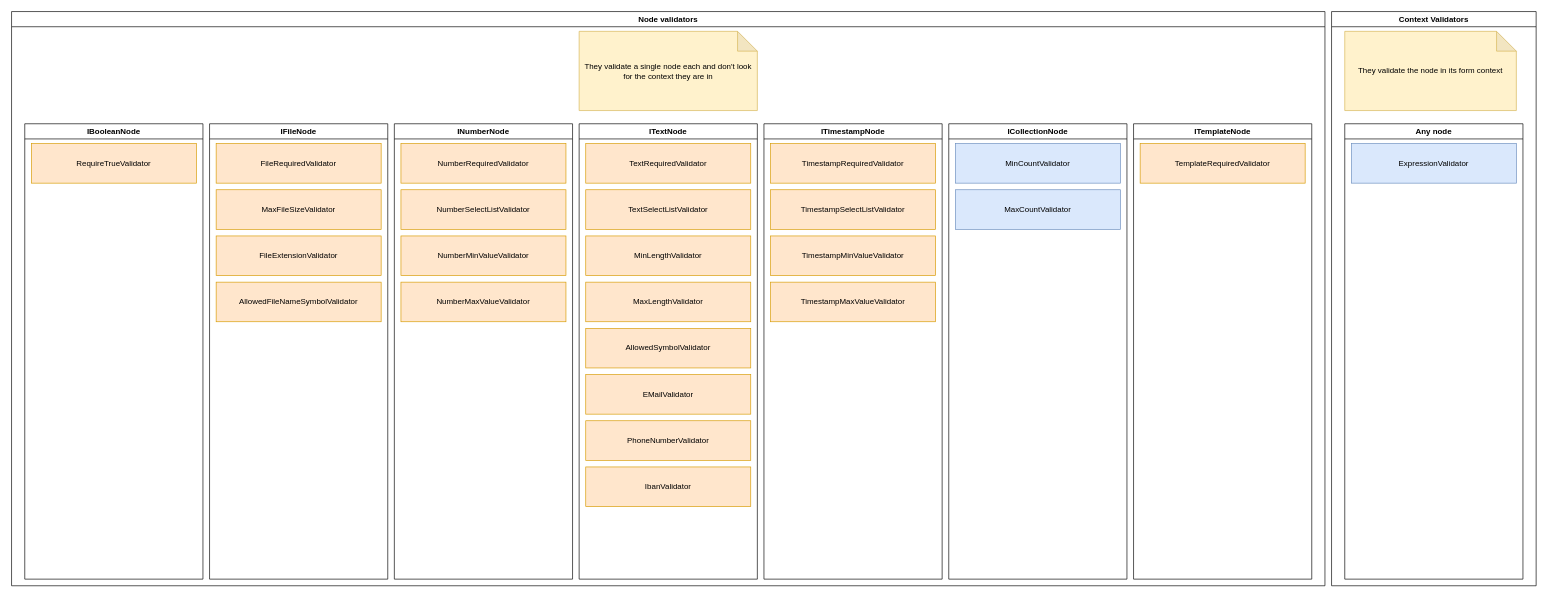
Earlier version of the draw.io diagram doc/forms-concept/validators.drawio (RGXStorm281/common). Source tidied: cells renumbered, new cells numbered last; positions are measured from the earlier drawing's top-left corner, leaving out a move shared by most shapes. Both pictures are drawn from the tidied source at 66%, with x=0, y=0 at pixel (11, 11).
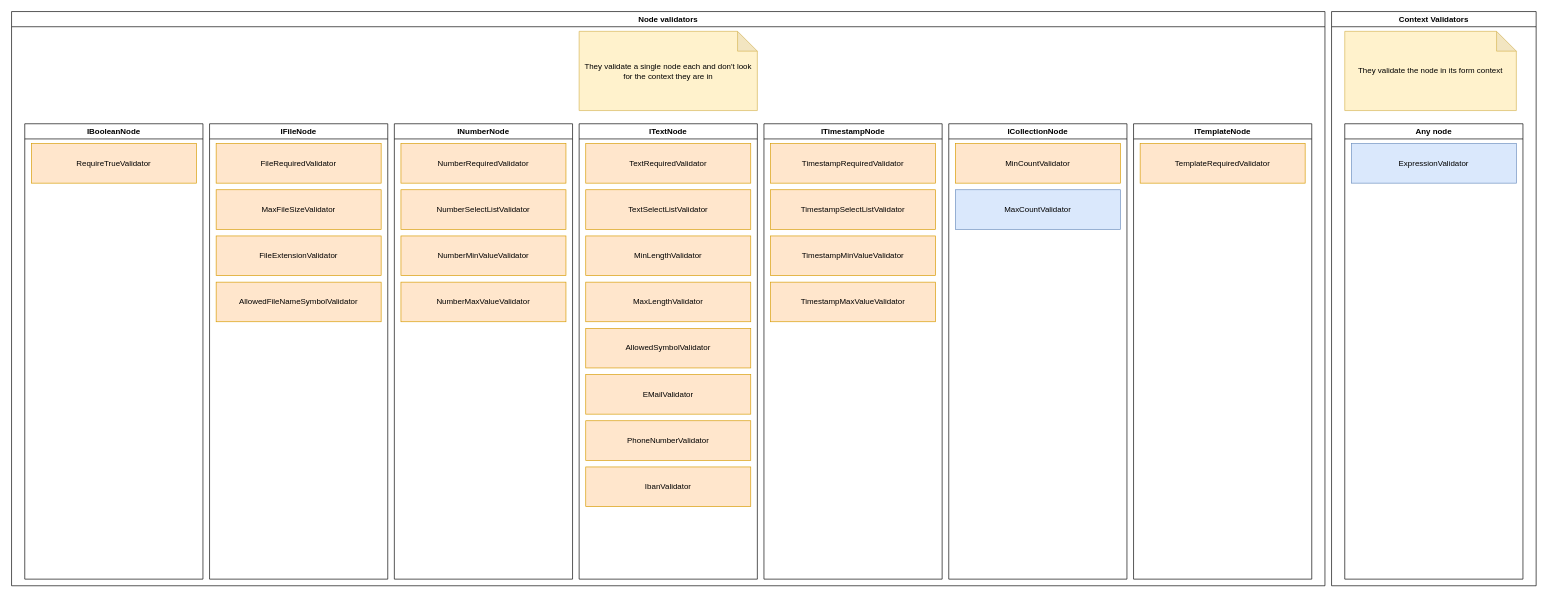
The same diagram, later.

Unchanged cells that the change refers to:
```xml
<mxCell id="30" value="ICollectionNode" style="swimlane;whiteSpace=wrap;html=1;" parent="2" vertex="1">
  <mxGeometry x="1420" y="170" width="270" height="690" as="geometry" />
</mxCell>
```

What changed in the source:
```diff
@@
-    <mxCell id="31" value="MinCountValidator" style="rounded=0;whiteSpace=wrap;html=1;fillColor=#dae8fc;strokeColor=#6c8ebf;" parent="30" vertex="1">
+    <mxCell id="31" value="MinCountValidator" style="rounded=0;whiteSpace=wrap;html=1;fillColor=#ffe6cc;strokeColor=#d79b00;" parent="30" vertex="1">
       <mxGeometry x="10" y="30" width="250" height="60" as="geometry" />
     </mxCell>
```
